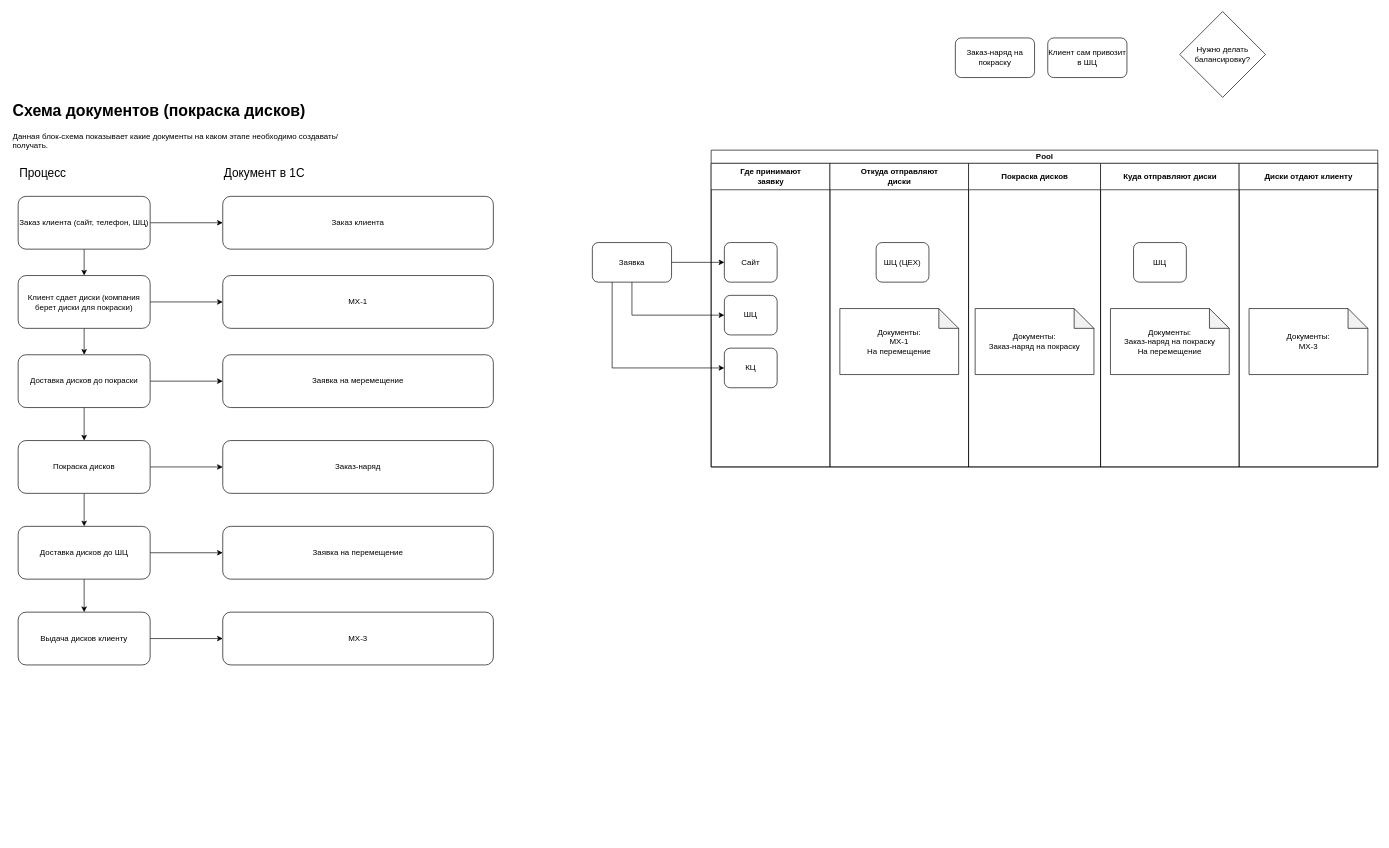
Above: Untitled Diagram.drawio in iLimberg/BlackTyres (draw.io), before the change. Source tidied: cells renumbered, new cells numbered last; positions are measured from the earlier drawing's top-left corner, leaving out a move shared by most shapes. Both pictures are drawn from the tidied source at 66%, with x=0, y=0 at pixel (11, 11).
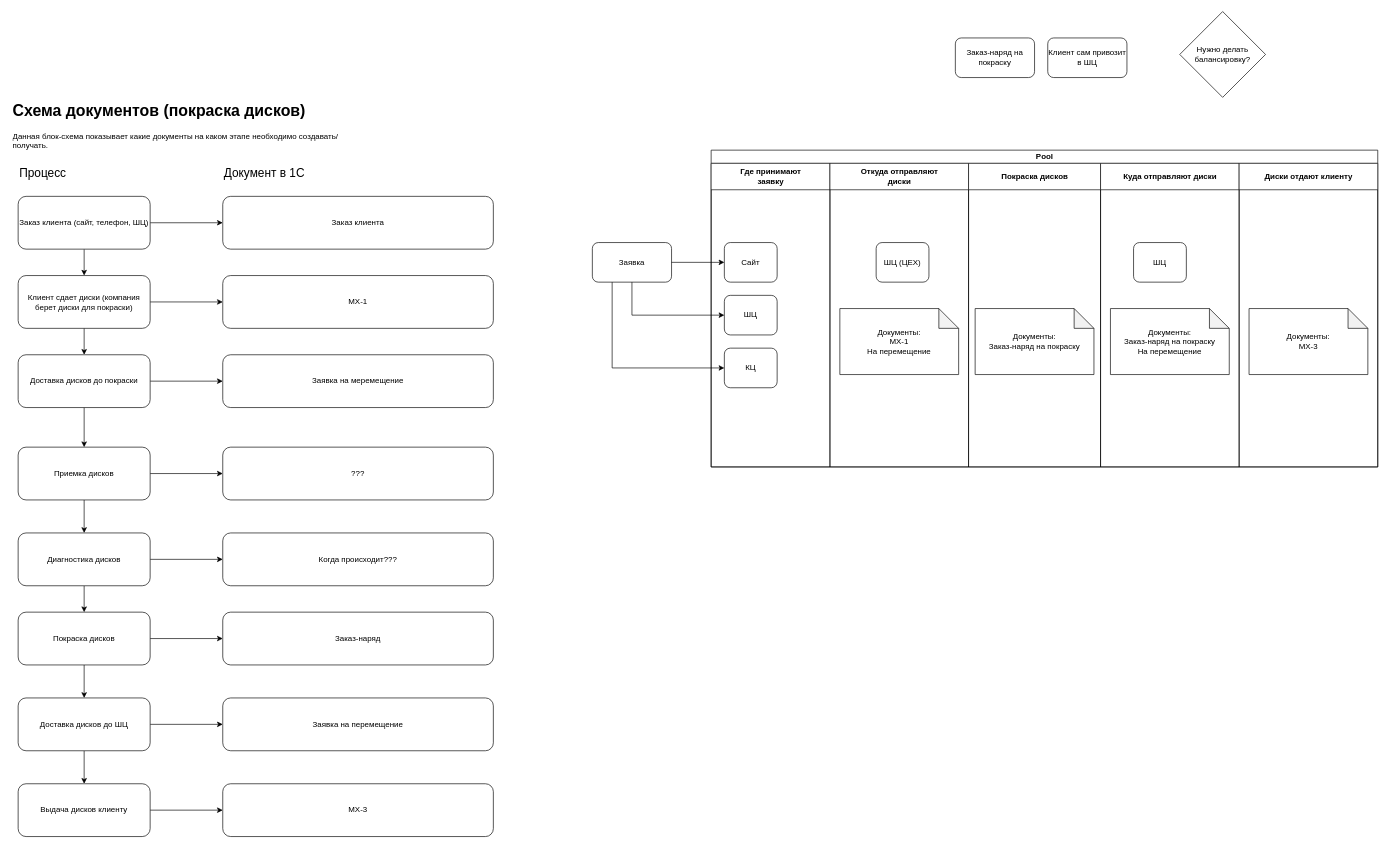
The same page after the edit.

The change refers to these unchanged cells:
```xml
<mxCell id="11" value="Доставка дисков до покраски" style="rounded=1;whiteSpace=wrap;html=1;" parent="1" vertex="1">
  <mxGeometry x="10" y="520" width="200" height="80" as="geometry" />
</mxCell>
```

Diff of the diagram source:
```diff
@@
-    <mxCell id="9" style="edgeStyle=orthogonalEdgeStyle;rounded=0;jettySize=auto;html=1;" parent="1" edge="1" source="11" target="14">
-      <mxGeometry relative="1" as="geometry" />
-    </mxCell>
@@
+    <mxCell id="50" style="edgeStyle=orthogonalEdgeStyle;rounded=0;jettySize=auto;html=1;" parent="1" edge="1" source="11" target="53">
+      <mxGeometry relative="1" as="geometry" />
+    </mxCell>
@@
     <mxCell id="14" value="Покраска дисков" style="rounded=1;whiteSpace=wrap;html=1;" parent="1" vertex="1">
-      <mxGeometry x="10" y="650" width="200" height="80" as="geometry" />
+      <mxGeometry x="10" y="910" width="200" height="80" as="geometry" />
     </mxCell>
@@
     <mxCell id="17" value="Доставка дисков до ШЦ" style="rounded=1;whiteSpace=wrap;html=1;" parent="1" vertex="1">
-      <mxGeometry x="10" y="780" width="200" height="80" as="geometry" />
+      <mxGeometry x="10" y="1040" width="200" height="80" as="geometry" />
     </mxCell>
@@
     <mxCell id="19" value="Выдача дисков клиенту" style="rounded=1;whiteSpace=wrap;html=1;" parent="1" vertex="1">
-      <mxGeometry x="10" y="910" width="200" height="80" as="geometry" />
+      <mxGeometry x="10" y="1170" width="200" height="80" as="geometry" />
     </mxCell>
@@
     <mxCell id="23" value="Заказ-наряд" style="rounded=1;whiteSpace=wrap;html=1;" parent="1" vertex="1">
-      <mxGeometry x="320" y="650" width="410" height="80" as="geometry" />
+      <mxGeometry x="320" y="910" width="410" height="80" as="geometry" />
     </mxCell>
     <mxCell id="24" value="Заявка на перемещение" style="rounded=1;whiteSpace=wrap;html=1;" parent="1" vertex="1">
-      <mxGeometry x="320" y="780" width="410" height="80" as="geometry" />
+      <mxGeometry x="320" y="1040" width="410" height="80" as="geometry" />
     </mxCell>
     <mxCell id="25" value="МХ-3" style="rounded=1;whiteSpace=wrap;html=1;" parent="1" vertex="1">
-      <mxGeometry x="320" y="910" width="410" height="80" as="geometry" />
+      <mxGeometry x="320" y="1170" width="410" height="80" as="geometry" />
     </mxCell>
@@
+    <mxCell id="51" style="edgeStyle=orthogonalEdgeStyle;rounded=0;jettySize=auto;html=1;" parent="1" edge="1" source="53" target="54">
+      <mxGeometry relative="1" as="geometry" />
+    </mxCell>
+    <mxCell id="52" style="edgeStyle=orthogonalEdgeStyle;rounded=0;jettySize=auto;html=1;" parent="1" edge="1" source="53" target="57">
+      <mxGeometry relative="1" as="geometry" />
+    </mxCell>
+    <mxCell id="53" value="Приемка дисков" style="rounded=1;whiteSpace=wrap;html=1;" parent="1" vertex="1">
+      <mxGeometry x="10" y="660" width="200" height="80" as="geometry" />
+    </mxCell>
+    <mxCell id="54" value="???" style="rounded=1;whiteSpace=wrap;html=1;" parent="1" vertex="1">
+      <mxGeometry x="320" y="660" width="410" height="80" as="geometry" />
+    </mxCell>
+    <mxCell id="55" style="edgeStyle=orthogonalEdgeStyle;rounded=0;jettySize=auto;html=1;" parent="1" edge="1" source="57" target="14">
+      <mxGeometry relative="1" as="geometry" />
+    </mxCell>
+    <mxCell id="56" style="edgeStyle=orthogonalEdgeStyle;rounded=0;jettySize=auto;html=1;" parent="1" edge="1" source="57" target="58">
+      <mxGeometry relative="1" as="geometry" />
+    </mxCell>
+    <mxCell id="57" value="Диагностика дисков" style="rounded=1;whiteSpace=wrap;html=1;" parent="1" vertex="1">
+      <mxGeometry x="10" y="790" width="200" height="80" as="geometry" />
+    </mxCell>
+    <mxCell id="58" value="Когда происходит???" style="rounded=1;whiteSpace=wrap;html=1;" parent="1" vertex="1">
+      <mxGeometry x="320" y="790" width="410" height="80" as="geometry" />
+    </mxCell>
```
